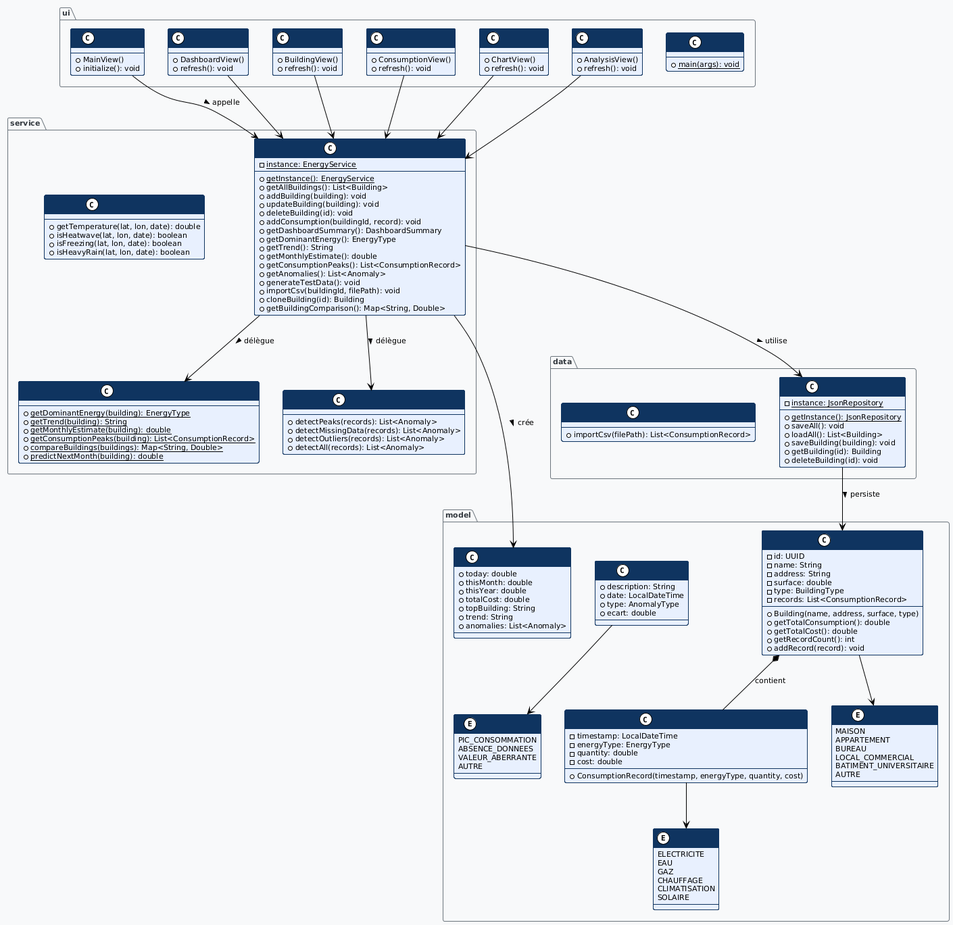
maraa081/smart-energy-manager keeps this PlantUML diagram as docs/diagrams/SmartEnergyManager_ClassDiagram.png. Above is the earlier version.
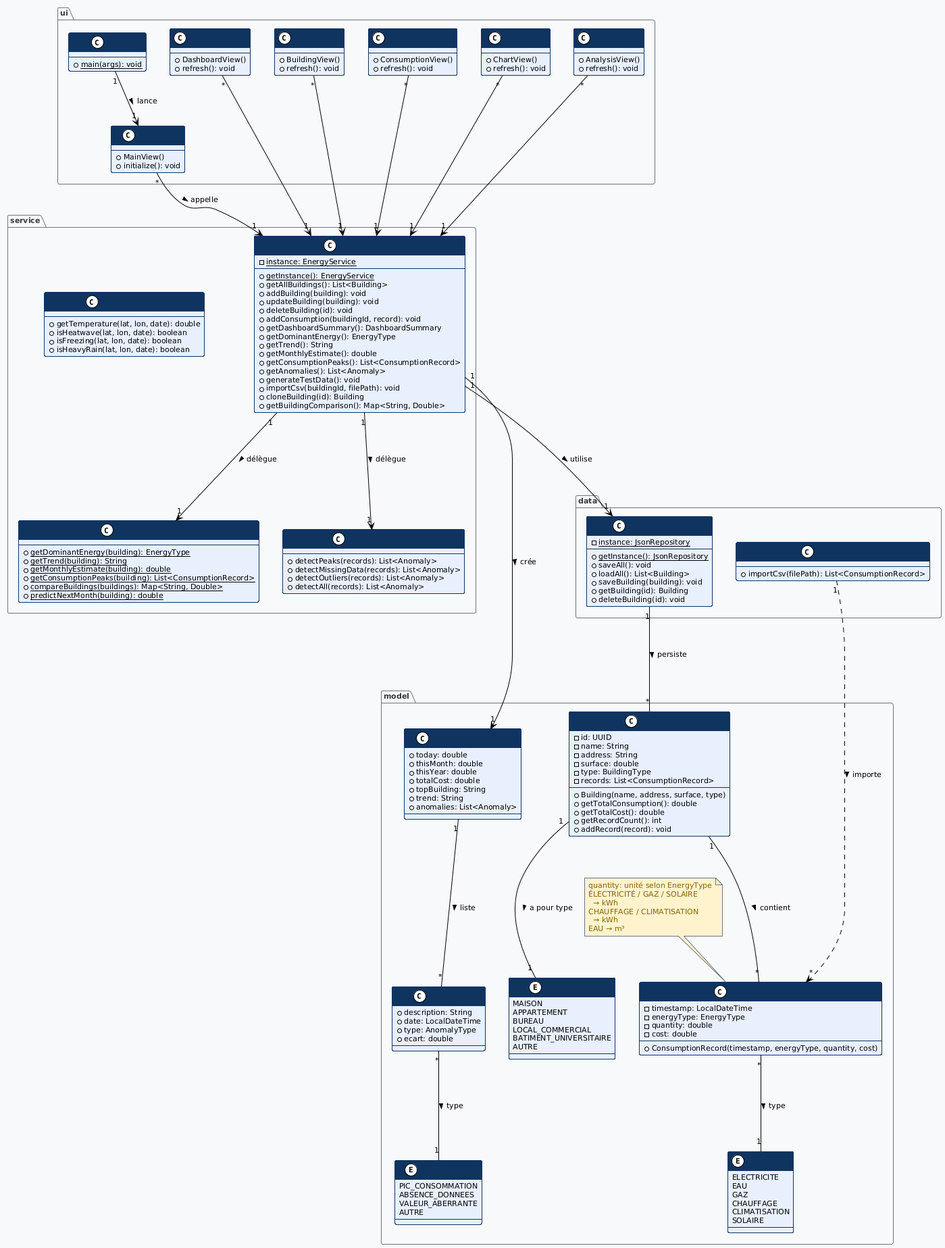
After the change.

Commit message:
feat: ajout cardinalités UML + correction unités énergies

Diff of the diagram source:
```diff
@@ -17,6 +17,11 @@
     BorderColor #0f3460
     BackgroundColor #d4edda
     FontColor #0f3460
+}
+skinparam note {
+    BorderColor #6c757d
+    BackgroundColor #fff3cd
+    FontColor #856404
 }
 skinparam package {
     BorderColor #6c757d
@@ -47,6 +52,15 @@
         - cost: double
         + ConsumptionRecord(timestamp, energyType, quantity, cost)
     }
+
+    note top of ConsumptionRecord
+      quantity: unité selon EnergyType
+      ÉLECTRICITÉ / GAZ / SOLAIRE
+        → kWh
+      CHAUFFAGE / CLIMATISATION
+        → kWh
+      EAU → m³
+    end note
 
     class Anomaly {
         + description: String
@@ -92,7 +106,7 @@
 }
 
 package "data" {
-    class JsonRepository {
+    class JsonRepository <<singleton>> {
         - {static} instance: JsonRepository
         + {static} getInstance(): JsonRepository
         + saveAll(): void
@@ -108,7 +122,7 @@
 }
 
 package "service" {
-    class EnergyService {
+    class EnergyService <<singleton>> {
         - {static} instance: EnergyService
         + {static} getInstance(): EnergyService
         + getAllBuildings(): List<Building>
@@ -188,22 +202,28 @@
     }
 }
 
-Building *-- ConsumptionRecord : contient
-Building --> BuildingType
-ConsumptionRecord --> EnergyType
-Anomaly --> AnomalyType
 
-JsonRepository --> Building : persiste >
-EnergyService --> JsonRepository : utilise >
-EnergyService --> AnalysisService : délègue >
-EnergyService --> AnomalyDetector : délègue >
-EnergyService --> DashboardSummary : crée >
+Building "1" --- "*" ConsumptionRecord : contient >
+Building "1" --- "1" BuildingType : a pour type >
+ConsumptionRecord "*" --- "1" EnergyType : type >
+Anomaly "*" --- "1" AnomalyType : type >
+DashboardSummary "1" --- "*" Anomaly : liste >
 
-MainView --> EnergyService : appelle >
-DashboardView --> EnergyService
-BuildingView --> EnergyService
-ConsumptionView --> EnergyService
-ChartView --> EnergyService
-AnalysisView --> EnergyService
+JsonRepository "1" --- "*" Building : persiste >
+CsvImporter "1" ..> "*" ConsumptionRecord : importe >
+
+EnergyService "1" ---> "1" JsonRepository : utilise >
+EnergyService "1" ---> "1" AnalysisService : délègue >
+EnergyService "1" ---> "1" AnomalyDetector : délègue >
+EnergyService "1" ---> "1" DashboardSummary : crée >
+
+MainView "*" --> "1" EnergyService : appelle >
+DashboardView "*" --> "1" EnergyService
+BuildingView "*" --> "1" EnergyService
+ConsumptionView "*" --> "1" EnergyService
+ChartView "*" --> "1" EnergyService
+AnalysisView "*" --> "1" EnergyService
+
+App "1" --> "1" MainView : lance >
 
 @enduml
```
